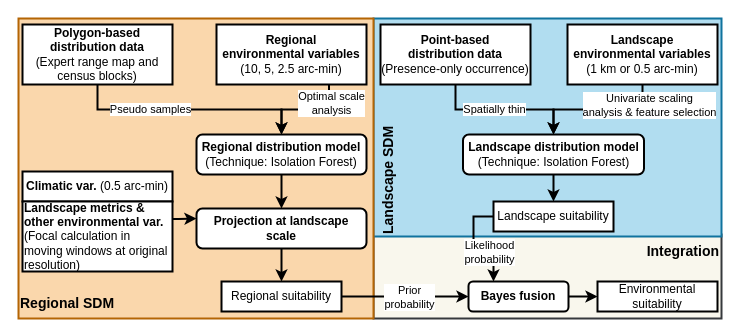
The draw.io diagram docs/model_structure.drawio in LLeiSong/eleDistribution, before the edit. Source tidied: cells renumbered, new cells numbered last; positions are measured from the earlier drawing's top-left corner, leaving out a move shared by most shapes. Both pictures are drawn from the tidied source at 100%, with x=0, y=0 at pixel (18, 18).
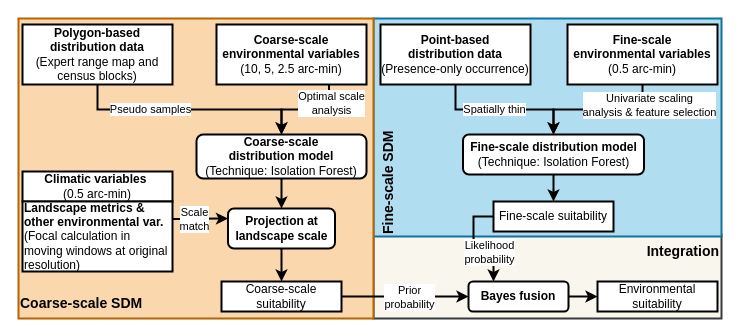
Above is the later version.

The change refers to these unchanged cells:
```xml
<mxCell id="37" value="&lt;span&gt;&lt;b&gt;Landscape metrics &amp;amp; &lt;br&gt;other environmental var. &lt;/b&gt;&lt;br&gt;(&lt;/span&gt;Focal calculation in moving windows at original resolution)" style="rounded=0;whiteSpace=wrap;html=1;strokeWidth=2;fontStyle=0;align=left;" parent="1" vertex="1">
  <mxGeometry x="4" y="183" width="150" height="70" as="geometry" />
</mxCell>
```

The edit, as a diff of the source:
```diff
@@
-    <mxCell id="10" value="&lt;b&gt;Regional &lt;br&gt;environmental variables&lt;/b&gt;&lt;br&gt;(10, 5, 2.5 arc-min)" style="rounded=0;whiteSpace=wrap;html=1;strokeWidth=2;" parent="1" vertex="1">
+    <mxCell id="10" value="&lt;b&gt;Coarse-scale&lt;br&gt;environmental variables&lt;/b&gt;&lt;br&gt;(10, 5, 2.5 arc-min)" style="rounded=0;whiteSpace=wrap;html=1;strokeWidth=2;" parent="1" vertex="1">
       <mxGeometry x="198" y="6" width="150" height="60" as="geometry" />
     </mxCell>
@@
-    <mxCell id="12" value="&lt;b&gt;Regional distribution model&lt;/b&gt;&lt;br&gt;(Technique: Isolation Forest)" style="rounded=1;whiteSpace=wrap;html=1;strokeWidth=2;" parent="1" vertex="1">
-      <mxGeometry x="178" y="116" width="170" height="40" as="geometry" />
+    <mxCell id="12" value="&lt;b&gt;Coarse-scale &lt;br&gt;distribution model&lt;/b&gt;&lt;br&gt;(Technique: Isolation Forest)" style="rounded=1;whiteSpace=wrap;html=1;strokeWidth=2;" parent="1" vertex="1">
+      <mxGeometry x="178" y="116" width="170" height="44" as="geometry" />
     </mxCell>
@@
     <mxCell id="14" value="&lt;b&gt;Projection at landscape scale&lt;/b&gt;" style="rounded=1;whiteSpace=wrap;html=1;strokeWidth=2;" parent="1" vertex="1">
-      <mxGeometry x="178" y="190" width="170" height="40" as="geometry" />
+      <mxGeometry x="209.5" y="190" width="107" height="40" as="geometry" />
     </mxCell>
@@
-    <mxCell id="20" value="&lt;b&gt;Landscape&lt;br&gt;environmental variables&lt;/b&gt;&lt;br&gt;(1 km or 0.5 arc-min)" style="rounded=0;whiteSpace=wrap;html=1;strokeWidth=2;" parent="1" vertex="1">
+    <mxCell id="20" value="&lt;b&gt;Fine-scale&lt;br&gt;environmental variables&lt;/b&gt;&lt;br&gt;(0.5 arc-min)" style="rounded=0;whiteSpace=wrap;html=1;strokeWidth=2;" parent="1" vertex="1">
       <mxGeometry x="549" y="6" width="150" height="60" as="geometry" />
     </mxCell>
@@
-    <mxCell id="22" value="&lt;b&gt;Landscape distribution model&lt;/b&gt;&lt;br&gt;(Technique: Isolation Forest)" style="rounded=1;whiteSpace=wrap;html=1;strokeWidth=2;" parent="1" vertex="1">
+    <mxCell id="22" value="&lt;b&gt;Fine-scale distribution model&lt;/b&gt;&lt;br&gt;(Technique: Isolation Forest)" style="rounded=1;whiteSpace=wrap;html=1;strokeWidth=2;" parent="1" vertex="1">
       <mxGeometry x="444.5" y="116" width="181" height="40" as="geometry" />
     </mxCell>
@@
-    <mxCell id="25" value="Regional suitability" style="rounded=0;whiteSpace=wrap;html=1;strokeWidth=2;" parent="1" vertex="1">
+    <mxCell id="25" value="Coarse-scale suitability" style="rounded=0;whiteSpace=wrap;html=1;strokeWidth=2;" parent="1" vertex="1">
       <mxGeometry x="203" y="263" width="120" height="30" as="geometry" />
     </mxCell>
@@
-    <mxCell id="28" value="Landscape suitability" style="rounded=0;whiteSpace=wrap;html=1;strokeWidth=2;" parent="1" vertex="1">
+    <mxCell id="28" value="Fine-scale suitability" style="rounded=0;whiteSpace=wrap;html=1;strokeWidth=2;" parent="1" vertex="1">
       <mxGeometry x="475" y="183" width="120" height="30" as="geometry" />
     </mxCell>
@@
-    <mxCell id="32" value="Regional SDM" style="text;html=1;strokeColor=none;fillColor=none;align=left;verticalAlign=middle;whiteSpace=wrap;rounded=0;rotation=0;fontSize=14;fontStyle=1;" parent="1" vertex="1">
-      <mxGeometry y="270" width="100" height="30" as="geometry" />
+    <mxCell id="32" value="Coarse-scale SDM" style="text;html=1;strokeColor=none;fillColor=none;align=left;verticalAlign=middle;whiteSpace=wrap;rounded=0;rotation=0;fontSize=14;fontStyle=1;" parent="1" vertex="1">
+      <mxGeometry y="270" width="131" height="30" as="geometry" />
     </mxCell>
-    <mxCell id="33" value="Landscape SDM" style="text;html=1;strokeColor=none;fillColor=none;align=left;verticalAlign=middle;whiteSpace=wrap;rounded=0;rotation=-90;fontSize=14;fontStyle=1;" parent="1" vertex="1">
+    <mxCell id="33" value="Fine-scale SDM" style="text;html=1;strokeColor=none;fillColor=none;align=left;verticalAlign=middle;whiteSpace=wrap;rounded=0;rotation=-90;fontSize=14;fontStyle=1;" parent="1" vertex="1">
       <mxGeometry x="310" y="143" width="120" height="30" as="geometry" />
     </mxCell>
@@
-    <mxCell id="35" value="&lt;b&gt;Climatic var.&lt;/b&gt; (0.5 arc-min)" style="rounded=0;whiteSpace=wrap;html=1;strokeWidth=2;fontStyle=0;" parent="1" vertex="1">
+    <mxCell id="35" value="&lt;b&gt;Climatic variables&lt;/b&gt;&amp;nbsp;&lt;br&gt;(0.5 arc-min)" style="rounded=0;whiteSpace=wrap;html=1;strokeWidth=2;fontStyle=0;" parent="1" vertex="1">
       <mxGeometry x="4" y="153" width="150" height="30" as="geometry" />
     </mxCell>
-    <mxCell id="36" style="edgeStyle=orthogonalEdgeStyle;rounded=0;jettySize=auto;html=1;exitX=1;exitY=0.25;exitDx=0;exitDy=0;entryX=0;entryY=0.25;entryDx=0;entryDy=0;strokeWidth=2;fontSize=11;" parent="1" edge="1" source="37" target="14">
+    <mxCell id="36" value="&lt;br&gt;" style="edgeStyle=orthogonalEdgeStyle;rounded=0;jettySize=auto;html=1;exitX=1;exitY=0.25;exitDx=0;exitDy=0;entryX=0;entryY=0.25;entryDx=0;entryDy=0;strokeWidth=2;fontSize=11;" parent="1" edge="1" source="37" target="14">
       <mxGeometry relative="1" as="geometry">
         <Array as="points">
           <mxPoint x="160" y="200" />
         </Array>
       </mxGeometry>
     </mxCell>
+    <mxCell id="38" value="Scale &lt;br&gt;match" style="edgeLabel;html=1;align=center;verticalAlign=middle;" parent="36" vertex="1">
+      <mxGeometry x="-0.21" relative="1" as="geometry" />
+    </mxCell>
```
